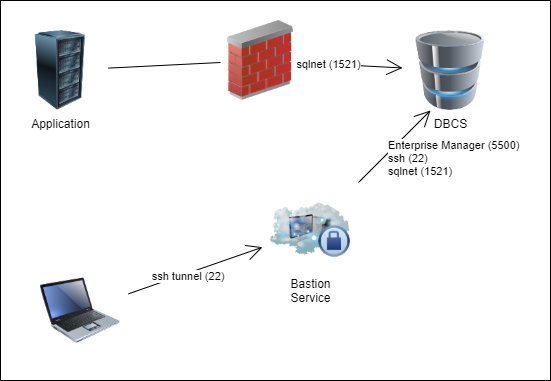
This is dbaas/docs/images/functional_flow.png from oracle-devrel/terraform-oci-ocloud-component-db, a draw.io export, as it was before one commit. Source tidied: cells renumbered, new cells last; positions are measured from the earlier drawing's top-left corner, leaving out a move shared by most shapes. Source of this version:
```xml
<mxGraphModel>
  <root>
    <mxCell id="0" />
    <mxCell id="1" parent="0" />
    <mxCell id="2" style="rounded=0;whiteSpace=wrap;html=1;hachureGap=4;" parent="1" vertex="1">
      <mxGeometry width="550" height="380" as="geometry" />
    </mxCell>
    <mxCell id="3" value="x" style="edgeStyle=none;curved=1;rounded=0;jettySize=auto;html=1;endArrow=open;startSize=14;endSize=14;targetPerimeterSpacing=8;startArrow=none;" parent="1" edge="1" source="13" target="6">
      <mxGeometry relative="1" as="geometry" />
    </mxCell>
    <mxCell id="4" value="sqlnet (1521)" style="edgeLabel;html=1;align=center;verticalAlign=middle;" parent="3" vertex="1">
      <mxGeometry x="-0.45" relative="1" as="geometry" />
    </mxCell>
    <mxCell id="5" value="Application" style="image;html=1;image=img/lib/clip_art/computers/Server_Rack_128x128.png;hachureGap=4;" parent="1" vertex="1">
      <mxGeometry x="20" y="30" width="80" height="80" as="geometry" />
    </mxCell>
    <mxCell id="6" value="DBCS" style="image;html=1;image=img/lib/clip_art/computers/Database_128x128.png;hachureGap=4;" parent="1" vertex="1">
      <mxGeometry x="410" y="30" width="80" height="80" as="geometry" />
    </mxCell>
    <mxCell id="7" style="edgeStyle=none;curved=1;rounded=0;jettySize=auto;html=1;endArrow=open;startSize=14;endSize=14;sourcePerimeterSpacing=8;targetPerimeterSpacing=8;" parent="1" edge="1" source="9" target="12">
      <mxGeometry relative="1" as="geometry" />
    </mxCell>
    <mxCell id="8" value="&amp;nbsp;ssh tunnel (22)" style="edgeLabel;html=1;align=center;verticalAlign=middle;" parent="7" vertex="1">
      <mxGeometry x="-0.16" y="-2" relative="1" as="geometry" />
    </mxCell>
    <mxCell id="9" style="image;html=1;image=img/lib/clip_art/computers/Laptop_128x128.png;hachureGap=4;" parent="1" vertex="1">
      <mxGeometry x="40" y="270" width="80" height="80" as="geometry" />
    </mxCell>
    <mxCell id="10" style="edgeStyle=none;curved=1;rounded=0;jettySize=auto;html=1;entryX=0.25;entryY=1;entryDx=0;entryDy=0;endArrow=open;startSize=14;endSize=14;sourcePerimeterSpacing=8;targetPerimeterSpacing=8;" parent="1" edge="1" source="12" target="6">
      <mxGeometry relative="1" as="geometry" />
    </mxCell>
    <mxCell id="11" value="Enterprise Manager (5500)&lt;br&gt;ssh (22)&lt;br&gt;&lt;div&gt;sqlnet (1521)&lt;/div&gt;" style="edgeLabel;html=1;align=left;verticalAlign=middle;" parent="10" vertex="1">
      <mxGeometry x="-0.28" y="-3" relative="1" as="geometry" />
    </mxCell>
    <mxCell id="12" value="Bastion&lt;br&gt;Service" style="image;html=1;image=img/lib/clip_art/networking/Cloud_Computer_Private_128x128.png;hachureGap=4;" parent="1" vertex="1">
      <mxGeometry x="270" y="190" width="80" height="80" as="geometry" />
    </mxCell>
    <mxCell id="13" style="image;html=1;image=img/lib/clip_art/networking/Firewall_02_128x128.png;hachureGap=4;" parent="1" vertex="1">
      <mxGeometry x="220" y="20" width="80" height="80" as="geometry" />
    </mxCell>
    <mxCell id="14" style="edgeStyle=none;curved=1;rounded=0;jettySize=auto;html=1;endArrow=none;startSize=14;endSize=14;sourcePerimeterSpacing=8;" parent="1" edge="1" source="5" target="13">
      <mxGeometry relative="1" as="geometry" />
    </mxCell>
  </root>
</mxGraphModel>
```
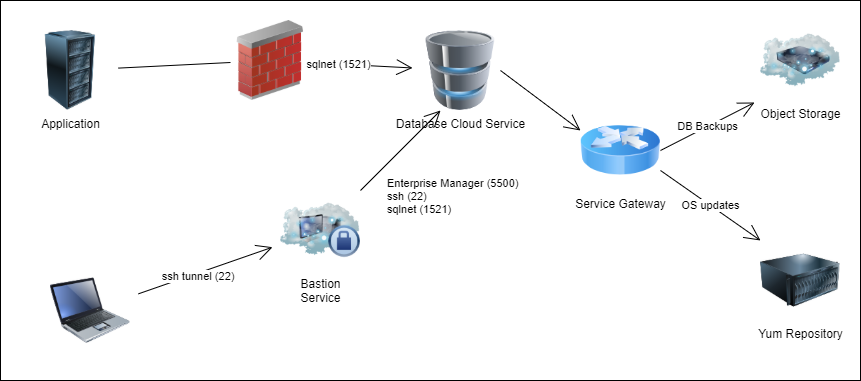
The same file after the commit.

What changed in the source:
```diff
@@ -3,7 +3,7 @@
     <mxCell id="0" />
     <mxCell id="1" parent="0" />
     <mxCell id="2" style="rounded=0;whiteSpace=wrap;html=1;hachureGap=4;" parent="1" vertex="1">
-      <mxGeometry width="550" height="380" as="geometry" />
+      <mxGeometry x="-10" width="860" height="380" as="geometry" />
     </mxCell>
     <mxCell id="3" value="x" style="edgeStyle=none;curved=1;rounded=0;jettySize=auto;html=1;endArrow=open;startSize=14;endSize=14;targetPerimeterSpacing=8;startArrow=none;" parent="1" edge="1" source="13" target="6">
       <mxGeometry relative="1" as="geometry" />
@@ -14,7 +14,10 @@
     <mxCell id="5" value="Application" style="image;html=1;image=img/lib/clip_art/computers/Server_Rack_128x128.png;hachureGap=4;" parent="1" vertex="1">
       <mxGeometry x="20" y="30" width="80" height="80" as="geometry" />
     </mxCell>
+    <mxCell id="15" style="edgeStyle=none;curved=1;rounded=0;jettySize=auto;html=1;exitX=1;exitY=0.5;exitDx=0;exitDy=0;endArrow=open;startSize=14;endSize=14;sourcePerimeterSpacing=8;targetPerimeterSpacing=8;entryX=0;entryY=0.25;entryDx=0;entryDy=0;" parent="1" edge="1" source="6" target="19">
+      <mxGeometry relative="1" as="geometry" />
+    </mxCell>
-    <mxCell id="6" value="DBCS" style="image;html=1;image=img/lib/clip_art/computers/Database_128x128.png;hachureGap=4;" parent="1" vertex="1">
+    <mxCell id="6" value="Database Cloud Service" style="image;html=1;image=img/lib/clip_art/computers/Database_128x128.png;hachureGap=4;" parent="1" vertex="1">
       <mxGeometry x="410" y="30" width="80" height="80" as="geometry" />
     </mxCell>
     <mxCell id="7" style="edgeStyle=none;curved=1;rounded=0;jettySize=auto;html=1;endArrow=open;startSize=14;endSize=14;sourcePerimeterSpacing=8;targetPerimeterSpacing=8;" parent="1" edge="1" source="9" target="12">
@@ -26,11 +29,13 @@
     <mxCell id="9" style="image;html=1;image=img/lib/clip_art/computers/Laptop_128x128.png;hachureGap=4;" parent="1" vertex="1">
       <mxGeometry x="40" y="270" width="80" height="80" as="geometry" />
     </mxCell>
-    <mxCell id="10" style="edgeStyle=none;curved=1;rounded=0;jettySize=auto;html=1;entryX=0.25;entryY=1;entryDx=0;entryDy=0;endArrow=open;startSize=14;endSize=14;sourcePerimeterSpacing=8;targetPerimeterSpacing=8;" parent="1" edge="1" source="12" target="6">
+    <mxCell id="10" style="edgeStyle=none;curved=1;rounded=0;jettySize=auto;html=1;entryX=0.25;entryY=1;entryDx=0;entryDy=0;endArrow=open;startSize=14;endSize=14;sourcePerimeterSpacing=8;targetPerimeterSpacing=8;exitX=1;exitY=0;exitDx=0;exitDy=0;" parent="1" edge="1" source="12" target="6">
       <mxGeometry relative="1" as="geometry" />
     </mxCell>
     <mxCell id="11" value="Enterprise Manager (5500)&lt;br&gt;ssh (22)&lt;br&gt;&lt;div&gt;sqlnet (1521)&lt;/div&gt;" style="edgeLabel;html=1;align=left;verticalAlign=middle;" parent="10" vertex="1">
-      <mxGeometry x="-0.28" y="-3" relative="1" as="geometry" />
+      <mxGeometry x="-0.28" y="-3" relative="1" as="geometry">
+        <mxPoint x="-6" y="32" as="offset" />
+      </mxGeometry>
     </mxCell>
     <mxCell id="12" value="Bastion&lt;br&gt;Service" style="image;html=1;image=img/lib/clip_art/networking/Cloud_Computer_Private_128x128.png;hachureGap=4;" parent="1" vertex="1">
       <mxGeometry x="270" y="190" width="80" height="80" as="geometry" />
@@ -41,5 +46,20 @@
     <mxCell id="14" style="edgeStyle=none;curved=1;rounded=0;jettySize=auto;html=1;endArrow=none;startSize=14;endSize=14;sourcePerimeterSpacing=8;" parent="1" edge="1" source="5" target="13">
       <mxGeometry relative="1" as="geometry" />
     </mxCell>
+    <mxCell id="16" value="Object Storage" style="image;html=1;image=img/lib/clip_art/networking/Cloud_Storage_128x128.png;hachureGap=4;" parent="1" vertex="1">
+      <mxGeometry x="750" y="20" width="80" height="80" as="geometry" />
+    </mxCell>
+    <mxCell id="17" value="DB Backups" style="edgeStyle=none;curved=1;rounded=0;jettySize=auto;html=1;exitX=1;exitY=0.5;exitDx=0;exitDy=0;entryX=-0.075;entryY=1.025;entryDx=0;entryDy=0;entryPerimeter=0;endArrow=open;startSize=14;endSize=14;sourcePerimeterSpacing=8;targetPerimeterSpacing=8;" parent="1" edge="1" source="19" target="16">
+      <mxGeometry relative="1" as="geometry" />
+    </mxCell>
+    <mxCell id="18" value="OS updates" style="edgeStyle=none;curved=1;rounded=0;jettySize=auto;html=1;exitX=1;exitY=0.75;exitDx=0;exitDy=0;entryX=0;entryY=0;entryDx=0;entryDy=0;endArrow=open;startSize=14;endSize=14;sourcePerimeterSpacing=8;targetPerimeterSpacing=8;" parent="1" edge="1" source="19" target="20">
+      <mxGeometry relative="1" as="geometry" />
+    </mxCell>
+    <mxCell id="19" value="Service Gateway" style="image;html=1;image=img/lib/clip_art/networking/Router_Icon_128x128.png;hachureGap=4;" parent="1" vertex="1">
+      <mxGeometry x="570" y="110" width="80" height="80" as="geometry" />
+    </mxCell>
+    <mxCell id="20" value="Yum Repository" style="image;html=1;image=img/lib/clip_art/computers/Server_128x128.png;hachureGap=4;" parent="1" vertex="1">
+      <mxGeometry x="750" y="240" width="80" height="80" as="geometry" />
+    </mxCell>
   </root>
 </mxGraphModel>
```
